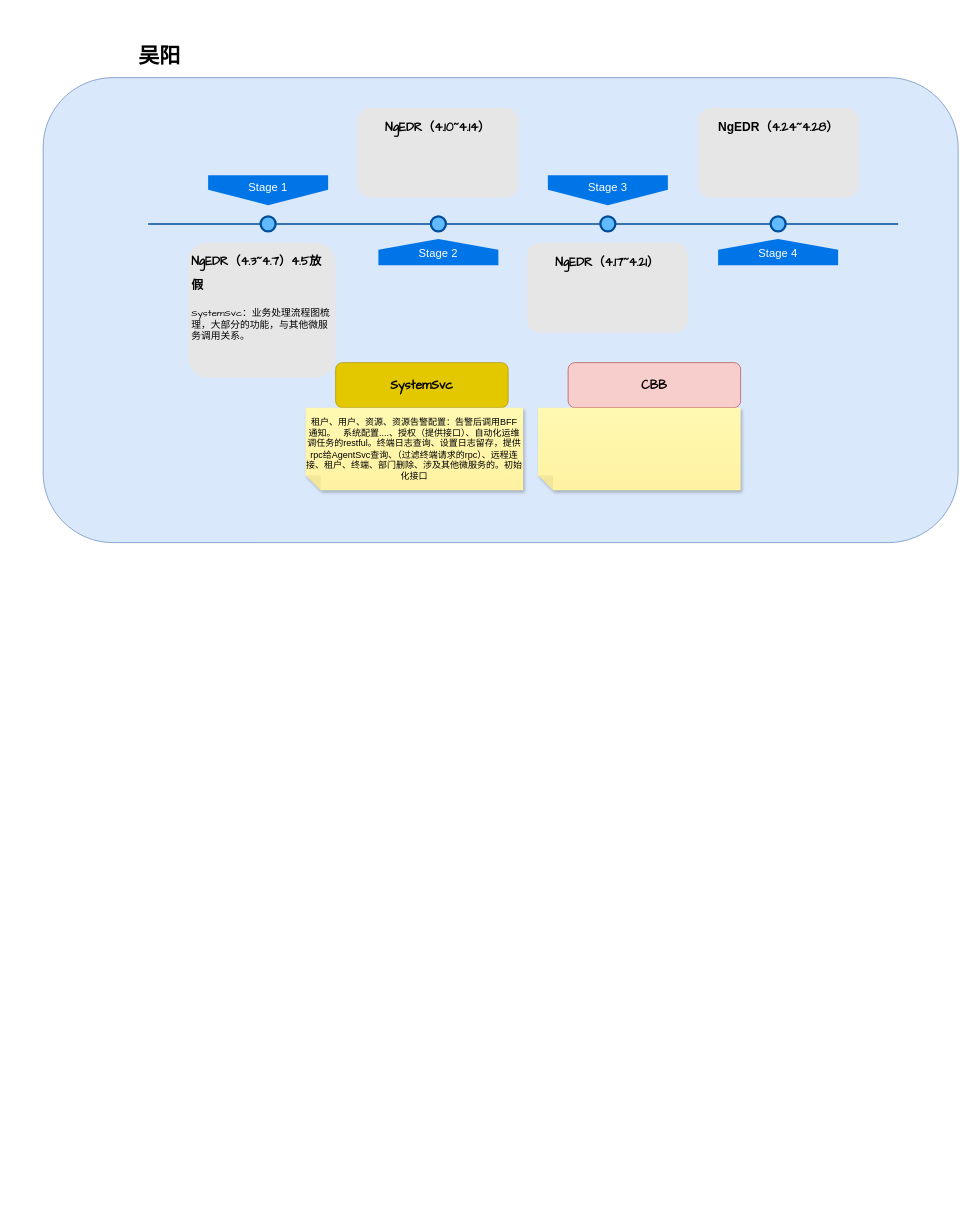
Earlier version of the draw.io diagram 4月具体工作安排.drawio (echotj/im). Source tidied: cells renumbered, new cells numbered last; positions are measured from the earlier drawing's top-left corner, leaving out a move shared by most shapes. Both pictures are drawn from the tidied source at 75%, with x=0, y=0 at pixel (29, 55).
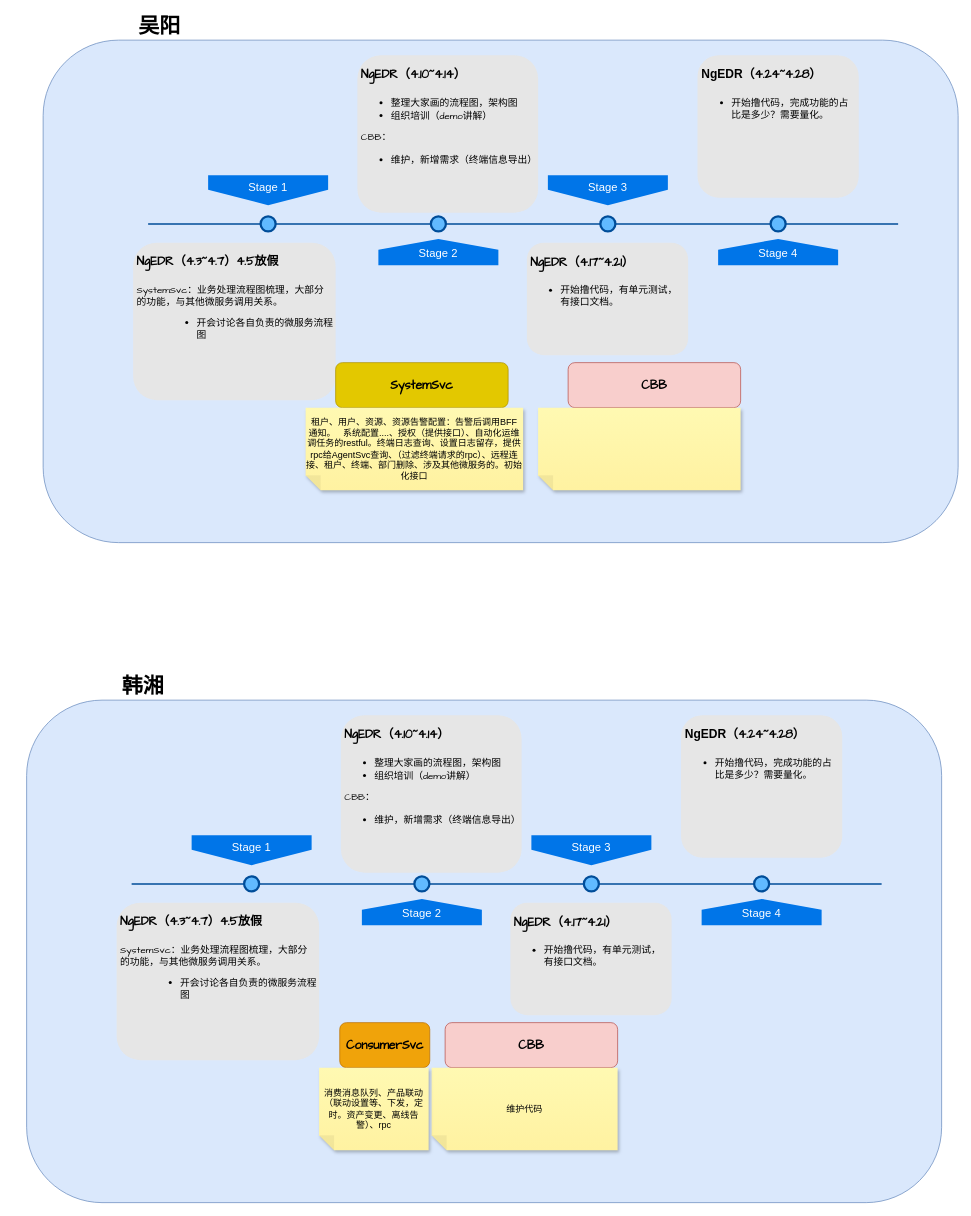
The same page after the edit.

Commit message (it also covers changes not shown here):
更新4月具体工作安排.drawio

Change to the diagram source:
```diff
@@
     <mxCell id="2" style="rounded=1;whiteSpace=wrap;html=1;fillColor=#dae8fc;strokeColor=#6c8ebf;" parent="1" vertex="1">
-      <mxGeometry x="18" y="30" width="1220" height="620" as="geometry" />
+      <mxGeometry x="18" y="-20" width="1220" height="670" as="geometry" />
     </mxCell>
@@
-    <mxCell id="12" value="&lt;h1&gt;&lt;font style=&quot;font-size: 16px;&quot;&gt;NgEDR（4.3~4.7）4.5放假&lt;/font&gt;&lt;/h1&gt;&lt;p style=&quot;&quot;&gt;SystemSvc：业务处理流程图梳理，大部分的功能，与其他微服务调用关系。&lt;/p&gt;&lt;p style=&quot;&quot;&gt;&lt;br&gt;&lt;/p&gt;" style="text;html=1;spacing=5;spacingTop=-20;whiteSpace=wrap;overflow=hidden;strokeColor=none;strokeWidth=3;fillColor=#E6E6E6;fontSize=13;fontColor=#000000;align=left;rounded=1;fontFamily=Comic Sans MS;" parent="1" vertex="1">
-      <mxGeometry x="211" y="250" width="197" height="180" as="geometry" />
+    <mxCell id="12" value="&lt;h1&gt;&lt;font style=&quot;font-size: 16px;&quot;&gt;NgEDR（4.3~4.7）4.5放假&lt;/font&gt;&lt;/h1&gt;&lt;p style=&quot;&quot;&gt;SystemSvc：业务处理流程图梳理，大部分的功能，与其他微服务调用关系。&lt;/p&gt;&lt;blockquote style=&quot;margin: 0 0 0 40px; border: none; padding: 0px;&quot;&gt;&lt;p style=&quot;&quot;&gt;&lt;/p&gt;&lt;p style=&quot;&quot;&gt;&lt;/p&gt;&lt;ul&gt;&lt;li&gt;开会讨论各自负责的微服务流程图&lt;/li&gt;&lt;/ul&gt;&lt;p&gt;&lt;/p&gt;&lt;p&gt;&lt;/p&gt;&lt;/blockquote&gt;&lt;p style=&quot;&quot;&gt;&lt;br&gt;&lt;/p&gt;" style="text;html=1;spacing=5;spacingTop=-20;whiteSpace=wrap;overflow=hidden;strokeColor=none;strokeWidth=3;fillColor=#E6E6E6;fontSize=13;fontColor=#000000;align=left;rounded=1;fontFamily=Comic Sans MS;" parent="1" vertex="1">
+      <mxGeometry x="138" y="250" width="270" height="210" as="geometry" />
     </mxCell>
-    <mxCell id="13" value="&lt;h1&gt;&lt;font face=&quot;Comic Sans MS&quot; style=&quot;font-size: 16px;&quot;&gt;NgEDR（4.10~4.14）&lt;/font&gt;&lt;/h1&gt;&lt;p&gt;&lt;br&gt;&lt;/p&gt;" style="text;html=1;spacing=5;spacingTop=-20;whiteSpace=wrap;overflow=hidden;strokeColor=none;strokeWidth=3;fillColor=#E6E6E6;fontSize=13;fontColor=#000000;align=center;rounded=1;" parent="1" vertex="1">
-      <mxGeometry x="437" y="70" width="215" height="120" as="geometry" />
+    <mxCell id="13" value="&lt;h1&gt;&lt;font face=&quot;Comic Sans MS&quot; style=&quot;font-size: 16px;&quot;&gt;NgEDR（4.10~4.14）&lt;/font&gt;&lt;/h1&gt;&lt;ul&gt;&lt;li&gt;&lt;span style=&quot;background-color: initial; font-family: &amp;quot;Comic Sans MS&amp;quot;;&quot;&gt;整理大家画的流程图，架构图&lt;/span&gt;&lt;/li&gt;&lt;li&gt;&lt;span style=&quot;font-family: &amp;quot;Comic Sans MS&amp;quot;; background-color: initial;&quot;&gt;组织培训（demo讲解）&lt;/span&gt;&lt;/li&gt;&lt;/ul&gt;&lt;div&gt;&lt;font style=&quot;font-size: 13px;&quot; face=&quot;Comic Sans MS&quot;&gt;CBB：&lt;/font&gt;&lt;/div&gt;&lt;div&gt;&lt;ul&gt;&lt;li&gt;&lt;font style=&quot;font-size: 13px;&quot; face=&quot;Comic Sans MS&quot;&gt;维护，新增需求（终端信息导出）&lt;/font&gt;&lt;/li&gt;&lt;/ul&gt;&lt;/div&gt;" style="text;html=1;spacing=5;spacingTop=-20;whiteSpace=wrap;overflow=hidden;strokeColor=none;strokeWidth=3;fillColor=#E6E6E6;fontSize=13;fontColor=#000000;align=left;rounded=1;" parent="1" vertex="1">
+      <mxGeometry x="437" width="241" height="210" as="geometry" />
     </mxCell>
-    <mxCell id="14" value="&lt;h1&gt;&lt;font style=&quot;font-size: 16px;&quot; face=&quot;Comic Sans MS&quot;&gt;NgEDR（4.17~4.21）&lt;/font&gt;&lt;/h1&gt;&lt;p&gt;&lt;br&gt;&lt;/p&gt;" style="text;html=1;spacing=5;spacingTop=-20;whiteSpace=wrap;overflow=hidden;strokeColor=none;strokeWidth=3;fillColor=#E6E6E6;fontSize=13;fontColor=#000000;align=center;rounded=1;" parent="1" vertex="1">
-      <mxGeometry x="663" y="250" width="215" height="120" as="geometry" />
+    <mxCell id="14" value="&lt;h1&gt;&lt;font style=&quot;font-size: 16px;&quot; face=&quot;Comic Sans MS&quot;&gt;NgEDR（4.17~4.21）&lt;/font&gt;&lt;/h1&gt;&lt;p&gt;&lt;/p&gt;&lt;ul&gt;&lt;li&gt;开始撸代码，有单元测试，有接口文档。&lt;/li&gt;&lt;/ul&gt;&lt;p&gt;&lt;/p&gt;" style="text;html=1;spacing=5;spacingTop=-20;whiteSpace=wrap;overflow=hidden;strokeColor=none;strokeWidth=3;fillColor=#E6E6E6;fontSize=13;fontColor=#000000;align=left;rounded=1;" parent="1" vertex="1">
+      <mxGeometry x="663" y="250" width="215" height="150" as="geometry" />
     </mxCell>
-    <mxCell id="15" value="&lt;h1&gt;&lt;font style=&quot;font-size: 16px;&quot;&gt;NgEDR&lt;font face=&quot;Comic Sans MS&quot;&gt;（4.24~4.28）&lt;/font&gt;&lt;/font&gt;&lt;/h1&gt;&lt;p&gt;&lt;br&gt;&lt;/p&gt;" style="text;html=1;spacing=5;spacingTop=-20;whiteSpace=wrap;overflow=hidden;strokeColor=none;strokeWidth=3;fillColor=#E6E6E6;fontSize=13;fontColor=#000000;align=center;rounded=1;" parent="1" vertex="1">
-      <mxGeometry x="891" y="70" width="215" height="120" as="geometry" />
+    <mxCell id="15" value="&lt;h1&gt;&lt;font style=&quot;font-size: 16px;&quot;&gt;NgEDR&lt;font face=&quot;Comic Sans MS&quot;&gt;（4.24~4.28）&lt;/font&gt;&lt;/font&gt;&lt;/h1&gt;&lt;ul style=&quot;border-color: var(--border-color);&quot;&gt;&lt;li style=&quot;border-color: var(--border-color);&quot;&gt;开始撸代码，完成功能的占比是多少？需要量化。&lt;/li&gt;&lt;/ul&gt;" style="text;html=1;spacing=5;spacingTop=-20;whiteSpace=wrap;overflow=hidden;strokeColor=none;strokeWidth=3;fillColor=#E6E6E6;fontSize=13;fontColor=#000000;align=left;rounded=1;" parent="1" vertex="1">
+      <mxGeometry x="890.5" width="215" height="190" as="geometry" />
     </mxCell>
     <mxCell id="16" value="&lt;font size=&quot;1&quot; style=&quot;&quot;&gt;&lt;b style=&quot;font-size: 28px;&quot;&gt;吴阳&lt;/b&gt;&lt;/font&gt;" style="text;strokeColor=none;align=center;fillColor=none;html=1;verticalAlign=middle;whiteSpace=wrap;rounded=0;" parent="1" vertex="1">
-      <mxGeometry width="347" as="geometry" />
+      <mxGeometry y="-40" width="347" as="geometry" />
     </mxCell>
@@
+    <mxCell id="21" style="rounded=1;whiteSpace=wrap;html=1;fillColor=#dae8fc;strokeColor=#6c8ebf;" parent="1" vertex="1">
+      <mxGeometry x="-4" y="860" width="1220" height="670" as="geometry" />
+    </mxCell>
+    <mxCell id="22" style="line;strokeWidth=2;html=1;fillColor=none;fontSize=28;fontColor=#004D99;strokeColor=#004D99;" parent="1" vertex="1">
+      <mxGeometry x="136" y="1100" width="1000" height="10" as="geometry" />
+    </mxCell>
+    <mxCell id="23" value="Stage 1" style="shape=offPageConnector;whiteSpace=wrap;html=1;fillColor=#0075E8;fontSize=15;fontColor=#FFFFFF;size=0.5093750000000015;verticalAlign=top;strokeColor=none;" parent="1" vertex="1">
+      <mxGeometry x="216" y="1040" width="160" height="40" as="geometry" />
+    </mxCell>
+    <mxCell id="24" value="&lt;span&gt;Stage 3&lt;/span&gt;" style="shape=offPageConnector;whiteSpace=wrap;html=1;fillColor=#0075E8;fontSize=15;fontColor=#FFFFFF;size=0.5093750000000015;verticalAlign=top;strokeColor=none;" parent="1" vertex="1">
+      <mxGeometry x="669" y="1040" width="160" height="40" as="geometry" />
+    </mxCell>
+    <mxCell id="25" value="&lt;span&gt;Stage 2&lt;/span&gt;" style="shape=offPageConnector;whiteSpace=wrap;html=1;fillColor=#0075E8;fontSize=15;fontColor=#FFFFFF;size=0.4178571428571445;flipV=1;verticalAlign=bottom;strokeColor=none;spacingBottom=4;" parent="1" vertex="1">
+      <mxGeometry x="443" y="1125" width="160" height="35" as="geometry" />
+    </mxCell>
+    <mxCell id="26" value="&lt;span&gt;Stage 4&lt;/span&gt;" style="shape=offPageConnector;whiteSpace=wrap;html=1;fillColor=#0075E8;fontSize=15;fontColor=#FFFFFF;size=0.4178571428571445;flipV=1;verticalAlign=bottom;strokeColor=none;spacingBottom=4;" parent="1" vertex="1">
+      <mxGeometry x="896" y="1125" width="160" height="35" as="geometry" />
+    </mxCell>
+    <mxCell id="27" style="ellipse;whiteSpace=wrap;html=1;fillColor=#61BAFF;fontSize=28;fontColor=#004D99;strokeWidth=3;strokeColor=#004D99;" parent="1" vertex="1">
+      <mxGeometry x="286" y="1095" width="20" height="20" as="geometry" />
+    </mxCell>
+    <mxCell id="28" style="ellipse;whiteSpace=wrap;html=1;fillColor=#61BAFF;fontSize=28;fontColor=#004D99;strokeWidth=3;strokeColor=#004D99;" parent="1" vertex="1">
+      <mxGeometry x="513" y="1095" width="20" height="20" as="geometry" />
+    </mxCell>
+    <mxCell id="29" style="ellipse;whiteSpace=wrap;html=1;fillColor=#61BAFF;fontSize=28;fontColor=#004D99;strokeWidth=3;strokeColor=#004D99;" parent="1" vertex="1">
+      <mxGeometry x="739" y="1095" width="20" height="20" as="geometry" />
+    </mxCell>
+    <mxCell id="30" style="ellipse;whiteSpace=wrap;html=1;fillColor=#61BAFF;fontSize=28;fontColor=#004D99;strokeWidth=3;strokeColor=#004D99;" parent="1" vertex="1">
+      <mxGeometry x="966" y="1095" width="20" height="20" as="geometry" />
+    </mxCell>
+    <mxCell id="31" value="&lt;h1&gt;&lt;font style=&quot;font-size: 16px;&quot;&gt;NgEDR（4.3~4.7）4.5放假&lt;/font&gt;&lt;/h1&gt;&lt;p style=&quot;&quot;&gt;SystemSvc：业务处理流程图梳理，大部分的功能，与其他微服务调用关系。&lt;/p&gt;&lt;blockquote style=&quot;margin: 0 0 0 40px; border: none; padding: 0px;&quot;&gt;&lt;p style=&quot;&quot;&gt;&lt;/p&gt;&lt;p style=&quot;&quot;&gt;&lt;/p&gt;&lt;ul&gt;&lt;li&gt;开会讨论各自负责的微服务流程图&lt;/li&gt;&lt;/ul&gt;&lt;p&gt;&lt;/p&gt;&lt;p&gt;&lt;/p&gt;&lt;/blockquote&gt;&lt;p style=&quot;&quot;&gt;&lt;br&gt;&lt;/p&gt;" style="text;html=1;spacing=5;spacingTop=-20;whiteSpace=wrap;overflow=hidden;strokeColor=none;strokeWidth=3;fillColor=#E6E6E6;fontSize=13;fontColor=#000000;align=left;rounded=1;fontFamily=Comic Sans MS;" parent="1" vertex="1">
+      <mxGeometry x="116" y="1130" width="270" height="210" as="geometry" />
+    </mxCell>
+    <mxCell id="32" value="&lt;h1&gt;&lt;font face=&quot;Comic Sans MS&quot; style=&quot;font-size: 16px;&quot;&gt;NgEDR（4.10~4.14）&lt;/font&gt;&lt;/h1&gt;&lt;ul&gt;&lt;li&gt;&lt;span style=&quot;background-color: initial; font-family: &amp;quot;Comic Sans MS&amp;quot;;&quot;&gt;整理大家画的流程图，架构图&lt;/span&gt;&lt;/li&gt;&lt;li&gt;&lt;span style=&quot;font-family: &amp;quot;Comic Sans MS&amp;quot;; background-color: initial;&quot;&gt;组织培训（demo讲解）&lt;/span&gt;&lt;/li&gt;&lt;/ul&gt;&lt;div&gt;&lt;font style=&quot;font-size: 13px;&quot; face=&quot;Comic Sans MS&quot;&gt;CBB：&lt;/font&gt;&lt;/div&gt;&lt;div&gt;&lt;ul&gt;&lt;li&gt;&lt;font style=&quot;font-size: 13px;&quot; face=&quot;Comic Sans MS&quot;&gt;维护，新增需求（终端信息导出）&lt;/font&gt;&lt;/li&gt;&lt;/ul&gt;&lt;/div&gt;" style="text;html=1;spacing=5;spacingTop=-20;whiteSpace=wrap;overflow=hidden;strokeColor=none;strokeWidth=3;fillColor=#E6E6E6;fontSize=13;fontColor=#000000;align=left;rounded=1;" parent="1" vertex="1">
+      <mxGeometry x="415" y="880" width="241" height="210" as="geometry" />
+    </mxCell>
+    <mxCell id="33" value="&lt;h1&gt;&lt;font style=&quot;font-size: 16px;&quot; face=&quot;Comic Sans MS&quot;&gt;NgEDR（4.17~4.21）&lt;/font&gt;&lt;/h1&gt;&lt;p&gt;&lt;/p&gt;&lt;ul&gt;&lt;li&gt;开始撸代码，有单元测试，有接口文档。&lt;/li&gt;&lt;/ul&gt;&lt;p&gt;&lt;/p&gt;" style="text;html=1;spacing=5;spacingTop=-20;whiteSpace=wrap;overflow=hidden;strokeColor=none;strokeWidth=3;fillColor=#E6E6E6;fontSize=13;fontColor=#000000;align=left;rounded=1;" parent="1" vertex="1">
+      <mxGeometry x="641" y="1130" width="215" height="150" as="geometry" />
+    </mxCell>
+    <mxCell id="34" value="&lt;h1&gt;&lt;font style=&quot;font-size: 16px;&quot;&gt;NgEDR&lt;font face=&quot;Comic Sans MS&quot;&gt;（4.24~4.28）&lt;/font&gt;&lt;/font&gt;&lt;/h1&gt;&lt;ul style=&quot;border-color: var(--border-color);&quot;&gt;&lt;li style=&quot;border-color: var(--border-color);&quot;&gt;开始撸代码，完成功能的占比是多少？需要量化。&lt;/li&gt;&lt;/ul&gt;" style="text;html=1;spacing=5;spacingTop=-20;whiteSpace=wrap;overflow=hidden;strokeColor=none;strokeWidth=3;fillColor=#E6E6E6;fontSize=13;fontColor=#000000;align=left;rounded=1;" parent="1" vertex="1">
+      <mxGeometry x="868.5" y="880" width="215" height="190" as="geometry" />
+    </mxCell>
+    <mxCell id="35" value="&lt;span style=&quot;font-size: 28px;&quot;&gt;&lt;b&gt;韩湘&lt;/b&gt;&lt;/span&gt;" style="text;strokeColor=none;align=center;fillColor=none;html=1;verticalAlign=middle;whiteSpace=wrap;rounded=0;" parent="1" vertex="1">
+      <mxGeometry x="-22" y="840" width="347" as="geometry" />
+    </mxCell>
+    <mxCell id="36" value="&lt;font style=&quot;font-size: 16px;&quot; face=&quot;Comic Sans MS&quot;&gt;&lt;b&gt;CBB&lt;/b&gt;&lt;/font&gt;" style="rounded=1;whiteSpace=wrap;html=1;fillColor=#f8cecc;strokeColor=#b85450;" parent="1" vertex="1">
+      <mxGeometry x="554" y="1290" width="230" height="60" as="geometry" />
+    </mxCell>
+    <mxCell id="37" value="维护代码" style="shape=note;whiteSpace=wrap;html=1;backgroundOutline=1;fontColor=#000000;darkOpacity=0.05;fillColor=#FFF9B2;strokeColor=none;fillStyle=solid;direction=west;gradientDirection=north;gradientColor=#FFF2A1;shadow=1;size=20;" parent="1" vertex="1">
+      <mxGeometry x="536" y="1350" width="248" height="110" as="geometry" />
+    </mxCell>
+    <mxCell id="38" value="&lt;font style=&quot;font-size: 16px;&quot; face=&quot;Comic Sans MS&quot;&gt;&lt;b&gt;ConsumerSvc&lt;/b&gt;&lt;/font&gt;" style="rounded=1;whiteSpace=wrap;html=1;fillColor=#f0a30a;fontColor=#000000;strokeColor=#BD7000;" parent="1" vertex="1">
+      <mxGeometry x="413.5" y="1290" width="120" height="60" as="geometry" />
+    </mxCell>
+    <mxCell id="39" value="消费消息队列、产品联动（联动设置等、下发，定时。资产变更、离线告警）、rpc" style="shape=note;whiteSpace=wrap;html=1;backgroundOutline=1;fontColor=#000000;darkOpacity=0.05;fillColor=#FFF9B2;strokeColor=none;fillStyle=solid;direction=west;gradientDirection=north;gradientColor=#FFF2A1;shadow=1;size=20;" parent="1" vertex="1">
+      <mxGeometry x="386" y="1350" width="146" height="110" as="geometry" />
+    </mxCell>
```
